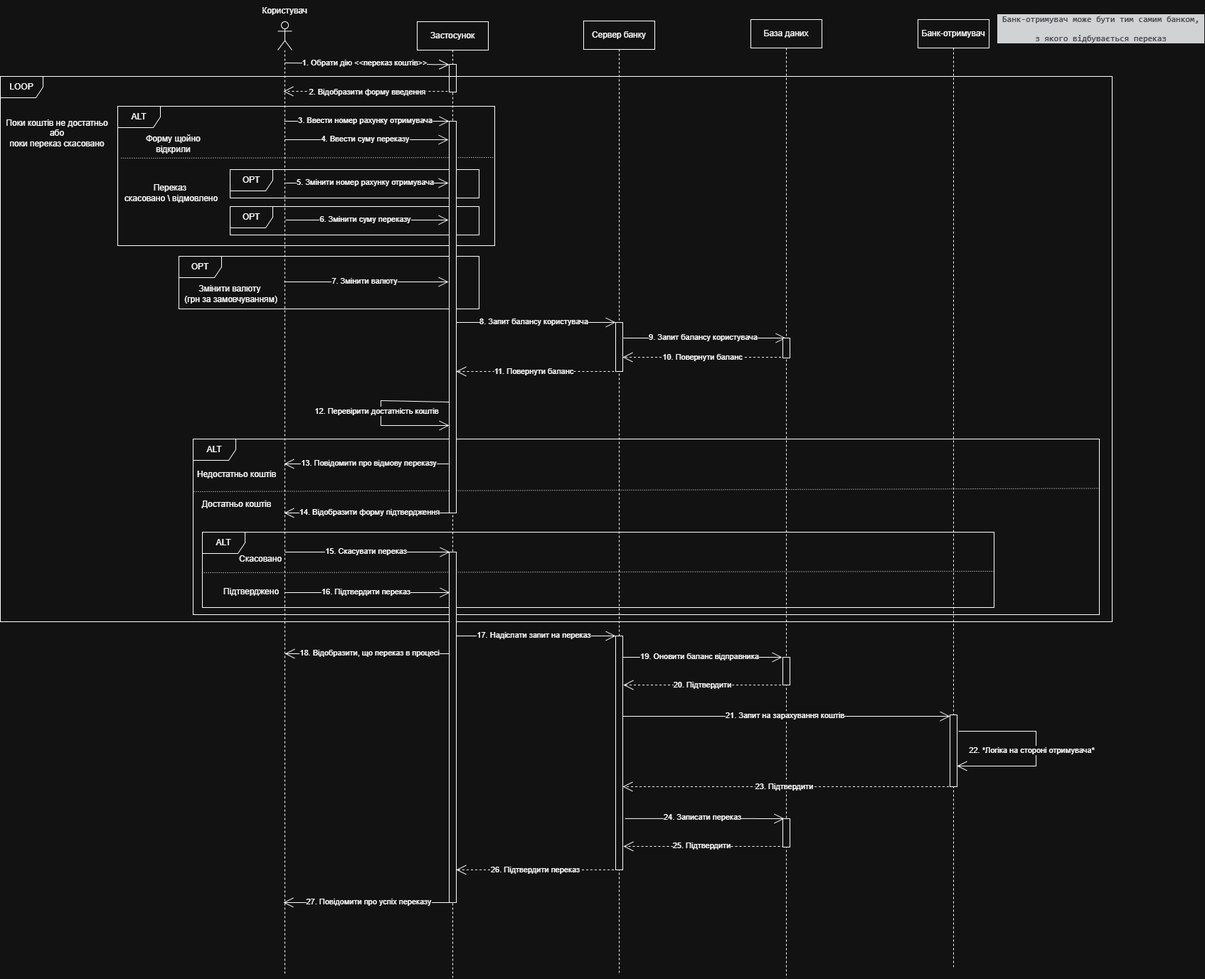
MihajloVat/KPI_labs_3_sem keeps this draw.io diagram as lab3/UC_transaction/transaction_SD.drawio.png. Above is the earlier version. Source tidied: cells renumbered, new cells last; positions are measured from the earlier drawing's top-left corner, leaving out a move shared by most shapes.
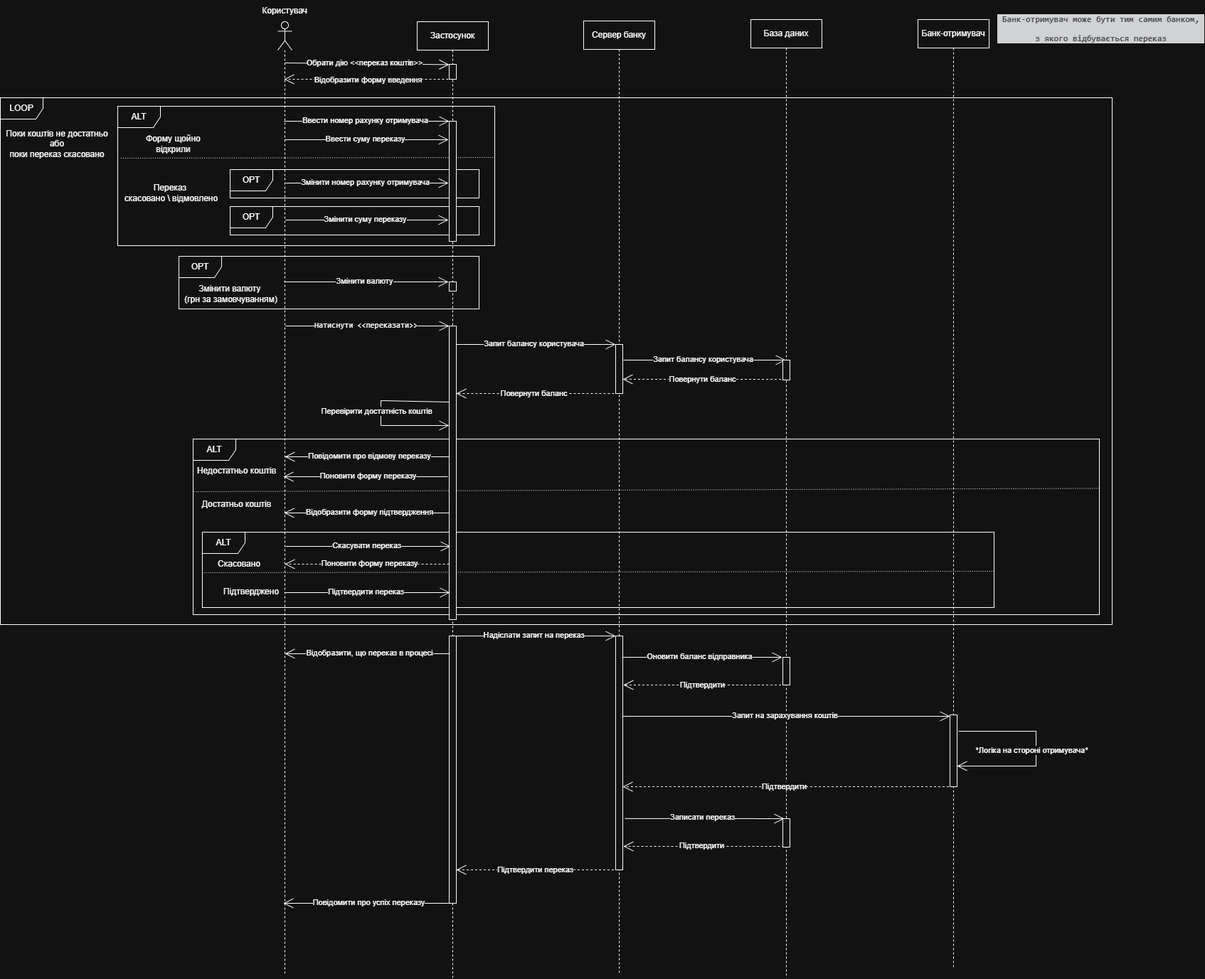
After the commit.

Change to the diagram source:
```diff
@@ -10,5 +10,8 @@
     </mxCell>
-    <mxCell id="4" style="html=1;points=[[0,0,0,0,5],[0,1,0,0,-5],[1,0,0,0,5],[1,1,0,0,-5]];perimeter=orthogonalPerimeter;outlineConnect=0;targetShapes=umlLifeline;portConstraint=eastwest;newEdgeStyle={&quot;curved&quot;:0,&quot;rounded&quot;:0};" parent="3" vertex="1">
-      <mxGeometry x="45" y="60" width="10" height="39" as="geometry" />
-    </mxCell>
+    <mxCell id="93" style="html=1;perimeter=orthogonalPerimeter;targetShapes=umlLifeline;newEdgeStyle={&quot;curved&quot;:0,&quot;rounded&quot;:0};" parent="3" vertex="1">
+      <mxGeometry x="45" y="60" width="10" height="21" as="geometry" />
+    </mxCell>
+    <mxCell id="94" style="html=1;perimeter=orthogonalPerimeter;targetShapes=umlLifeline;newEdgeStyle={&quot;curved&quot;:0,&quot;rounded&quot;:0};" parent="3" vertex="1">
+      <mxGeometry x="45" y="864" width="10" height="376" as="geometry" />
+    </mxCell>
     <mxCell id="5" value="Сервер банку" style="shape=umlLifeline;perimeter=lifelinePerimeter;whiteSpace=wrap;html=1;newEdgeStyle={&quot;curved&quot;:0,&quot;rounded&quot;:0};" parent="1" vertex="1">
@@ -28,8 +31,9 @@
     </mxCell>
-    <mxCell id="10" style="endArrow=open;endFill=1;endSize=12;html=1;rounded=0;entryX=0;entryY=0.011;entryDx=0;entryDy=0;entryPerimeter=0;" parent="1" edge="1" target="4">
+    <mxCell id="10" style="endArrow=open;endFill=1;endSize=12;html=1;rounded=0;entryX=0;entryY=0.011;entryDx=0;entryDy=0;entryPerimeter=0;" parent="1" edge="1">
       <mxGeometry relative="1" as="geometry">
         <mxPoint x="400" y="88" as="sourcePoint" />
+        <mxPoint x="631" y="90.4" as="targetPoint" />
       </mxGeometry>
     </mxCell>
-    <mxCell id="11" value="1. Обрати дію &amp;lt;&amp;lt;переказ коштів&amp;gt;&amp;gt;" style="edgeLabel;html=1;align=center;verticalAlign=middle;" parent="10" vertex="1">
+    <mxCell id="11" value="Обрати дію &amp;lt;&amp;lt;переказ коштів&amp;gt;&amp;gt;" style="edgeLabel;html=1;align=center;verticalAlign=middle;" parent="10" vertex="1">
       <mxGeometry x="0.03" y="-1" relative="1" as="geometry">
@@ -40,7 +44,7 @@
       <mxGeometry relative="1" as="geometry">
-        <mxPoint x="629" y="128" as="sourcePoint" />
-        <mxPoint x="398" y="128" as="targetPoint" />
+        <mxPoint x="630" y="111" as="sourcePoint" />
+        <mxPoint x="399" y="111" as="targetPoint" />
       </mxGeometry>
     </mxCell>
-    <mxCell id="13" value="2. Відобразити форму введення" style="edgeLabel;html=1;align=center;verticalAlign=middle;" parent="12" vertex="1">
+    <mxCell id="13" value="Відобразити форму введення" style="edgeLabel;html=1;align=center;verticalAlign=middle;" parent="12" vertex="1">
       <mxGeometry x="0.03" y="-1" relative="1" as="geometry">
@@ -55,3 +59,3 @@
     </mxCell>
-    <mxCell id="15" value="3. Ввести номер рахунку отримувача" style="edgeLabel;html=1;align=center;verticalAlign=middle;" parent="14" vertex="1">
+    <mxCell id="15" value="Ввести номер рахунку отримувача" style="edgeLabel;html=1;align=center;verticalAlign=middle;" parent="14" vertex="1">
       <mxGeometry x="0.03" y="-1" relative="1" as="geometry">
@@ -66,3 +70,3 @@
     </mxCell>
-    <mxCell id="17" value="4. Ввести суму переказу" style="edgeLabel;html=1;align=center;verticalAlign=middle;" parent="16" vertex="1">
+    <mxCell id="17" value="Ввести суму переказу" style="edgeLabel;html=1;align=center;verticalAlign=middle;" parent="16" vertex="1">
       <mxGeometry x="0.03" y="-1" relative="1" as="geometry">
@@ -77,3 +81,3 @@
     </mxCell>
-    <mxCell id="19" value="7. Змінити валюту" style="edgeLabel;html=1;align=center;verticalAlign=middle;" parent="18" vertex="1">
+    <mxCell id="19" value="Змінити валюту" style="edgeLabel;html=1;align=center;verticalAlign=middle;" parent="18" vertex="1">
       <mxGeometry x="0.03" y="-1" relative="1" as="geometry">
@@ -90,6 +94,6 @@
       <mxGeometry relative="1" as="geometry">
-        <mxPoint x="640" y="453" as="sourcePoint" />
+        <mxPoint x="640" y="484" as="sourcePoint" />
       </mxGeometry>
     </mxCell>
-    <mxCell id="23" value="8. Запит балансу користувача" style="edgeLabel;html=1;align=center;verticalAlign=middle;" parent="22" vertex="1">
+    <mxCell id="23" value="Запит балансу користувача" style="edgeLabel;html=1;align=center;verticalAlign=middle;" parent="22" vertex="1">
       <mxGeometry x="0.03" y="-1" relative="1" as="geometry">
@@ -100,7 +104,7 @@
       <mxGeometry relative="1" as="geometry">
-        <mxPoint x="876" y="475" as="sourcePoint" />
-        <mxPoint x="1104" y="475" as="targetPoint" />
+        <mxPoint x="876" y="506" as="sourcePoint" />
+        <mxPoint x="1104" y="506" as="targetPoint" />
       </mxGeometry>
     </mxCell>
-    <mxCell id="25" value="9. Запит балансу користувача" style="edgeLabel;html=1;align=center;verticalAlign=middle;" parent="24" vertex="1">
+    <mxCell id="25" value="Запит балансу користувача" style="edgeLabel;html=1;align=center;verticalAlign=middle;" parent="24" vertex="1">
       <mxGeometry x="0.03" y="-1" relative="1" as="geometry">
@@ -111,6 +115,6 @@
       <mxGeometry relative="1" as="geometry">
-        <mxPoint x="1103.5" y="502" as="sourcePoint" />
+        <mxPoint x="1103.5" y="533" as="sourcePoint" />
       </mxGeometry>
     </mxCell>
-    <mxCell id="27" value="10. Повернути баланс" style="edgeLabel;html=1;align=center;verticalAlign=middle;" parent="26" vertex="1">
+    <mxCell id="27" value="Повернути баланс" style="edgeLabel;html=1;align=center;verticalAlign=middle;" parent="26" vertex="1">
       <mxGeometry x="0.03" y="-1" relative="1" as="geometry" />
@@ -119,7 +123,7 @@
       <mxGeometry relative="1" as="geometry">
-        <mxPoint x="863" y="522" as="sourcePoint" />
-        <mxPoint x="641" y="522" as="targetPoint" />
+        <mxPoint x="863" y="553" as="sourcePoint" />
+        <mxPoint x="641" y="553" as="targetPoint" />
       </mxGeometry>
     </mxCell>
-    <mxCell id="29" value="11. Повернути баланс" style="edgeLabel;html=1;align=center;verticalAlign=middle;" parent="28" vertex="1">
+    <mxCell id="29" value="Повернути баланс" style="edgeLabel;html=1;align=center;verticalAlign=middle;" parent="28" vertex="1">
       <mxGeometry x="0.03" y="-1" relative="1" as="geometry" />
@@ -136,3 +140,3 @@
     </mxCell>
-    <mxCell id="31" value="12. Перевірити достатність коштів" style="edgeLabel;html=1;align=center;verticalAlign=middle;rotation=0;" parent="30" vertex="1">
+    <mxCell id="31" value="Перевірити достатність коштів" style="edgeLabel;html=1;align=center;verticalAlign=middle;rotation=0;" parent="30" vertex="1">
       <mxGeometry x="0.03" y="-1" relative="1" as="geometry">
@@ -145,3 +149,3 @@
     <mxCell id="33" value="Недостатньо коштів" style="text;html=1;whiteSpace=wrap;strokeColor=none;fillColor=none;align=center;verticalAlign=middle;rounded=0;" parent="1" vertex="1">
-      <mxGeometry x="273" y="652" width="119" height="30" as="geometry" />
+      <mxGeometry x="273" y="647" width="119" height="30" as="geometry" />
     </mxCell>
@@ -157,7 +161,7 @@
       <mxGeometry relative="1" as="geometry">
-        <mxPoint x="630" y="652" as="sourcePoint" />
-        <mxPoint x="399" y="652" as="targetPoint" />
+        <mxPoint x="631" y="642" as="sourcePoint" />
+        <mxPoint x="400" y="642" as="targetPoint" />
       </mxGeometry>
     </mxCell>
-    <mxCell id="37" value="13. Повідомити про відмову переказу" style="edgeLabel;html=1;align=center;verticalAlign=middle;" parent="36" vertex="1">
+    <mxCell id="37" value="Повідомити про відмову переказу" style="edgeLabel;html=1;align=center;verticalAlign=middle;" parent="36" vertex="1">
       <mxGeometry x="0.03" y="-1" relative="1" as="geometry">
@@ -175,3 +179,3 @@
     </mxCell>
-    <mxCell id="40" value="14. Відобразити форму підтвердження" style="edgeLabel;html=1;align=center;verticalAlign=middle;" parent="39" vertex="1">
+    <mxCell id="40" value="Відобразити форму підтвердження" style="edgeLabel;html=1;align=center;verticalAlign=middle;" parent="39" vertex="1">
       <mxGeometry x="0.03" y="-1" relative="1" as="geometry">
@@ -206,3 +210,3 @@
     </mxCell>
-    <mxCell id="48" value="5. Змінити номер рахунку отримувача" style="edgeLabel;html=1;align=center;verticalAlign=middle;" parent="47" vertex="1">
+    <mxCell id="48" value="Змінити номер рахунку отримувача" style="edgeLabel;html=1;align=center;verticalAlign=middle;" parent="47" vertex="1">
       <mxGeometry x="0.03" y="-1" relative="1" as="geometry">
@@ -220,3 +224,3 @@
     </mxCell>
-    <mxCell id="51" value="6. Змінити суму переказу" style="edgeLabel;html=1;align=center;verticalAlign=middle;" parent="50" vertex="1">
+    <mxCell id="51" value="Змінити суму переказу" style="edgeLabel;html=1;align=center;verticalAlign=middle;" parent="50" vertex="1">
       <mxGeometry x="0.03" y="-1" relative="1" as="geometry">
@@ -227,7 +231,7 @@
       <mxGeometry relative="1" as="geometry">
-        <mxPoint x="400" y="776" as="sourcePoint" />
-        <mxPoint x="632" y="776" as="targetPoint" />
+        <mxPoint x="401" y="768" as="sourcePoint" />
+        <mxPoint x="633" y="768" as="targetPoint" />
       </mxGeometry>
     </mxCell>
-    <mxCell id="53" value="15. Скасувати переказ" style="edgeLabel;html=1;align=center;verticalAlign=middle;" parent="52" vertex="1">
+    <mxCell id="53" value="Скасувати переказ" style="edgeLabel;html=1;align=center;verticalAlign=middle;" parent="52" vertex="1">
       <mxGeometry x="0.03" y="-1" relative="1" as="geometry">
@@ -237,6 +241,6 @@
     <mxCell id="54" value="LOOP" style="shape=umlFrame;whiteSpace=wrap;html=1;" parent="1" vertex="1">
-      <mxGeometry y="107" width="1563" height="767" as="geometry" />
+      <mxGeometry y="137" width="1563" height="741" as="geometry" />
     </mxCell>
     <mxCell id="55" value="Поки коштів не достатньо&lt;div&gt;&amp;nbsp;або&amp;nbsp;&lt;/div&gt;&lt;div&gt;поки переказ скасовано&lt;/div&gt;" style="text;html=1;whiteSpace=wrap;strokeColor=none;fillColor=none;align=center;verticalAlign=middle;rounded=0;" parent="1" vertex="1">
-      <mxGeometry x="4" y="172" width="152" height="30" as="geometry" />
+      <mxGeometry x="4" y="187" width="152" height="30" as="geometry" />
     </mxCell>
@@ -251,3 +255,3 @@
     </mxCell>
-    <mxCell id="58" value="16. Підтвердити переказ" style="edgeLabel;html=1;align=center;verticalAlign=middle;" parent="57" vertex="1">
+    <mxCell id="58" value="Підтвердити переказ" style="edgeLabel;html=1;align=center;verticalAlign=middle;" parent="57" vertex="1">
       <mxGeometry x="0.03" y="-1" relative="1" as="geometry">
@@ -261,3 +265,3 @@
     </mxCell>
-    <mxCell id="60" value="17. Надіслати запит на переказ" style="edgeLabel;html=1;align=center;verticalAlign=middle;" parent="59" vertex="1">
+    <mxCell id="60" value="Надіслати запит на переказ" style="edgeLabel;html=1;align=center;verticalAlign=middle;" parent="59" vertex="1">
       <mxGeometry x="0.03" y="-1" relative="1" as="geometry">
@@ -272,3 +276,3 @@
     </mxCell>
-    <mxCell id="62" value="24. Записати переказ" style="edgeLabel;html=1;align=center;verticalAlign=middle;" parent="61" vertex="1">
+    <mxCell id="62" value="Записати переказ" style="edgeLabel;html=1;align=center;verticalAlign=middle;" parent="61" vertex="1">
       <mxGeometry x="0.03" y="-1" relative="1" as="geometry">
@@ -283,3 +287,3 @@
     </mxCell>
-    <mxCell id="64" value="25. Підтвердити" style="edgeLabel;html=1;align=center;verticalAlign=middle;" parent="63" vertex="1">
+    <mxCell id="64" value="Підтвердити" style="edgeLabel;html=1;align=center;verticalAlign=middle;" parent="63" vertex="1">
       <mxGeometry x="0.03" y="-1" relative="1" as="geometry" />
@@ -292,3 +296,3 @@
     </mxCell>
-    <mxCell id="66" value="18. Відобразити, що переказ в процесі" style="edgeLabel;html=1;align=center;verticalAlign=middle;" parent="65" vertex="1">
+    <mxCell id="66" value="Відобразити, що переказ в процесі" style="edgeLabel;html=1;align=center;verticalAlign=middle;" parent="65" vertex="1">
       <mxGeometry x="0.03" y="-1" relative="1" as="geometry">
@@ -311,3 +315,3 @@
     </mxCell>
-    <mxCell id="70" value="21. Запит на зарахування коштів" style="edgeLabel;html=1;align=center;verticalAlign=middle;" parent="69" vertex="1">
+    <mxCell id="70" value="Запит на зарахування коштів" style="edgeLabel;html=1;align=center;verticalAlign=middle;" parent="69" vertex="1">
       <mxGeometry x="0.03" y="-1" relative="1" as="geometry">
@@ -321,3 +325,3 @@
     </mxCell>
-    <mxCell id="72" value="23. Підтвердити" style="edgeLabel;html=1;align=center;verticalAlign=middle;" parent="71" vertex="1">
+    <mxCell id="72" value="Підтвердити" style="edgeLabel;html=1;align=center;verticalAlign=middle;" parent="71" vertex="1">
       <mxGeometry x="0.03" y="-1" relative="1" as="geometry" />
@@ -330,3 +334,3 @@
     </mxCell>
-    <mxCell id="74" value="19. Оновити баланс відправника" style="edgeLabel;html=1;align=center;verticalAlign=middle;" parent="73" vertex="1">
+    <mxCell id="74" value="Оновити баланс відправника" style="edgeLabel;html=1;align=center;verticalAlign=middle;" parent="73" vertex="1">
       <mxGeometry x="0.03" y="-1" relative="1" as="geometry">
@@ -341,3 +345,3 @@
     </mxCell>
-    <mxCell id="76" value="20. Підтвердити" style="edgeLabel;html=1;align=center;verticalAlign=middle;" parent="75" vertex="1">
+    <mxCell id="76" value="Підтвердити" style="edgeLabel;html=1;align=center;verticalAlign=middle;" parent="75" vertex="1">
       <mxGeometry x="0.03" y="-1" relative="1" as="geometry" />
@@ -350,3 +354,3 @@
     </mxCell>
-    <mxCell id="78" value="26. Підтвердити переказ" style="edgeLabel;html=1;align=center;verticalAlign=middle;" parent="77" vertex="1">
+    <mxCell id="78" value="Підтвердити переказ" style="edgeLabel;html=1;align=center;verticalAlign=middle;" parent="77" vertex="1">
       <mxGeometry x="0.03" y="-1" relative="1" as="geometry" />
@@ -355,7 +359,7 @@
       <mxGeometry relative="1" as="geometry">
-        <mxPoint x="631" y="1269" as="sourcePoint" />
-        <mxPoint x="398" y="1269" as="targetPoint" />
+        <mxPoint x="631" y="1270" as="sourcePoint" />
+        <mxPoint x="398" y="1270" as="targetPoint" />
       </mxGeometry>
     </mxCell>
-    <mxCell id="80" value="27. Повідомити про успіх переказу" style="edgeLabel;html=1;align=center;verticalAlign=middle;" parent="79" vertex="1">
+    <mxCell id="80" value="Повідомити про успіх переказу" style="edgeLabel;html=1;align=center;verticalAlign=middle;" parent="79" vertex="1">
       <mxGeometry x="0.03" y="-1" relative="1" as="geometry">
@@ -376,3 +380,3 @@
     </mxCell>
-    <mxCell id="83" value="22. *Логіка на стороні отримувача*" style="edgeLabel;html=1;align=center;verticalAlign=middle;" parent="82" vertex="1">
+    <mxCell id="83" value="*Логіка на стороні отримувача*" style="edgeLabel;html=1;align=center;verticalAlign=middle;" parent="82" vertex="1">
       <mxGeometry x="0.03" y="-1" relative="1" as="geometry">
@@ -382,10 +386,4 @@
     <mxCell id="84" style="html=1;points=[[0,0,0,0,5],[0,1,0,0,-5],[1,0,0,0,5],[1,1,0,0,-5]];perimeter=orthogonalPerimeter;outlineConnect=0;targetShapes=umlLifeline;portConstraint=eastwest;newEdgeStyle={&quot;curved&quot;:0,&quot;rounded&quot;:0};" parent="1" vertex="1">
-      <mxGeometry x="865" y="453" width="10" height="69" as="geometry" />
+      <mxGeometry x="865" y="484" width="10" height="69" as="geometry" />
     </mxCell>
-    <mxCell id="85" style="html=1;perimeter=orthogonalPerimeter;targetShapes=umlLifeline;newEdgeStyle={&quot;curved&quot;:0,&quot;rounded&quot;:0};" parent="1" vertex="1">
-      <mxGeometry x="631" y="170" width="10" height="551" as="geometry" />
-    </mxCell>
-    <mxCell id="86" style="html=1;perimeter=orthogonalPerimeter;targetShapes=umlLifeline;newEdgeStyle={&quot;curved&quot;:0,&quot;rounded&quot;:0};" parent="1" vertex="1">
-      <mxGeometry x="631" y="776" width="10" height="493" as="geometry" />
-    </mxCell>
     <mxCell id="87" style="html=1;points=[[0,0,0,0,5],[0,1,0,0,-5],[1,0,0,0,5],[1,1,0,0,-5]];perimeter=orthogonalPerimeter;outlineConnect=0;targetShapes=umlLifeline;portConstraint=eastwest;newEdgeStyle={&quot;curved&quot;:0,&quot;rounded&quot;:0};" parent="1" vertex="1">
@@ -394,3 +392,3 @@
     <mxCell id="88" style="html=1;perimeter=orthogonalPerimeter;targetShapes=umlLifeline;newEdgeStyle={&quot;curved&quot;:0,&quot;rounded&quot;:0};" parent="1" vertex="1">
-      <mxGeometry x="1100" y="475" width="10" height="28" as="geometry" />
+      <mxGeometry x="1100" y="506" width="10" height="28" as="geometry" />
     </mxCell>
@@ -403,3 +401,3 @@
     <mxCell id="91" value="Скасовано" style="text;html=1;whiteSpace=wrap;strokeColor=none;fillColor=none;align=center;verticalAlign=middle;rounded=0;" parent="1" vertex="1">
-      <mxGeometry x="336" y="771" width="60" height="30" as="geometry" />
+      <mxGeometry x="306" y="778" width="60" height="30" as="geometry" />
     </mxCell>
@@ -408,2 +406,44 @@
     </mxCell>
+    <mxCell id="95" style="html=1;perimeter=orthogonalPerimeter;targetShapes=umlLifeline;newEdgeStyle={&quot;curved&quot;:0,&quot;rounded&quot;:0};" parent="1" vertex="1">
+      <mxGeometry x="631" y="170" width="10" height="169" as="geometry" />
+    </mxCell>
+    <mxCell id="96" style="html=1;perimeter=orthogonalPerimeter;targetShapes=umlLifeline;newEdgeStyle={&quot;curved&quot;:0,&quot;rounded&quot;:0};" parent="1" vertex="1">
+      <mxGeometry x="631" y="396" width="10" height="13" as="geometry" />
+    </mxCell>
+    <mxCell id="97" style="endArrow=open;endFill=1;endSize=12;html=1;rounded=0;fontColor=default;" parent="1" edge="1">
+      <mxGeometry relative="1" as="geometry">
+        <mxPoint x="401" y="458" as="sourcePoint" />
+        <mxPoint x="631" y="458" as="targetPoint" />
+      </mxGeometry>
+    </mxCell>
+    <mxCell id="98" value="&lt;div&gt;&lt;pre style=&quot;font-family: &amp;quot;JetBrains Mono&amp;quot;, monospace;&quot;&gt;&lt;font style=&quot;color: light-dark(rgb(188, 190, 196), rgb(255, 255, 255));&quot;&gt;Натиснути &amp;lt;&amp;lt;переказати&amp;gt;&amp;gt;&lt;/font&gt;&lt;/pre&gt;&lt;/div&gt;" style="edgeLabel;html=1;align=center;verticalAlign=middle;" parent="97" vertex="1">
+      <mxGeometry x="0.03" y="-1" relative="1" as="geometry">
+        <mxPoint x="-6" y="-3" as="offset" />
+      </mxGeometry>
+    </mxCell>
+    <mxCell id="99" style="html=1;perimeter=orthogonalPerimeter;targetShapes=umlLifeline;newEdgeStyle={&quot;curved&quot;:0,&quot;rounded&quot;:0};" parent="1" vertex="1">
+      <mxGeometry x="631" y="458" width="10" height="413" as="geometry" />
+    </mxCell>
+    <mxCell id="100" style="endArrow=open;endFill=1;endSize=12;html=1;rounded=0;" parent="1" edge="1">
+      <mxGeometry relative="1" as="geometry">
+        <mxPoint x="629" y="670" as="sourcePoint" />
+        <mxPoint x="398" y="670" as="targetPoint" />
+      </mxGeometry>
+    </mxCell>
+    <mxCell id="101" value="Поновити форму переказу" style="edgeLabel;html=1;align=center;verticalAlign=middle;" parent="100" vertex="1">
+      <mxGeometry x="0.03" y="-1" relative="1" as="geometry">
+        <mxPoint x="5" y="-1" as="offset" />
+      </mxGeometry>
+    </mxCell>
+    <mxCell id="102" style="endArrow=open;endFill=1;endSize=12;html=1;rounded=0;dashed=1;" parent="1" edge="1">
+      <mxGeometry relative="1" as="geometry">
+        <mxPoint x="631" y="793" as="sourcePoint" />
+        <mxPoint x="400" y="793" as="targetPoint" />
+      </mxGeometry>
+    </mxCell>
+    <mxCell id="103" value="Поновити форму переказу" style="edgeLabel;html=1;align=center;verticalAlign=middle;" parent="102" vertex="1">
+      <mxGeometry x="0.03" y="-1" relative="1" as="geometry">
+        <mxPoint x="5" y="-1" as="offset" />
+      </mxGeometry>
+    </mxCell>
   </root>
```
